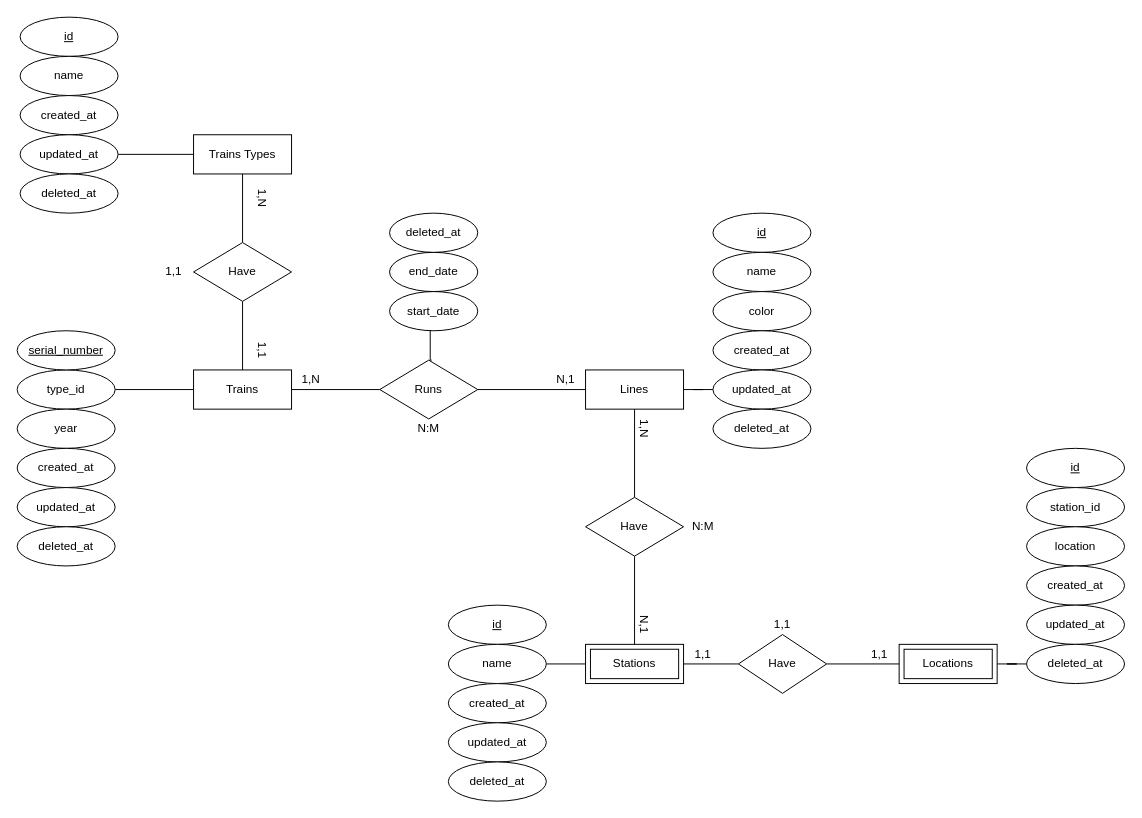
Earlier version of the draw.io diagram docs/draw-io/diagrama-conceptual.drawio (JuanGomez31/metro-mariadb). Source tidied: cells renumbered, new cells numbered last; positions are measured from the earlier drawing's top-left corner, leaving out a move shared by most shapes. Both pictures are drawn from the tidied source at 98%, with x=0, y=0 at pixel (17, 17).
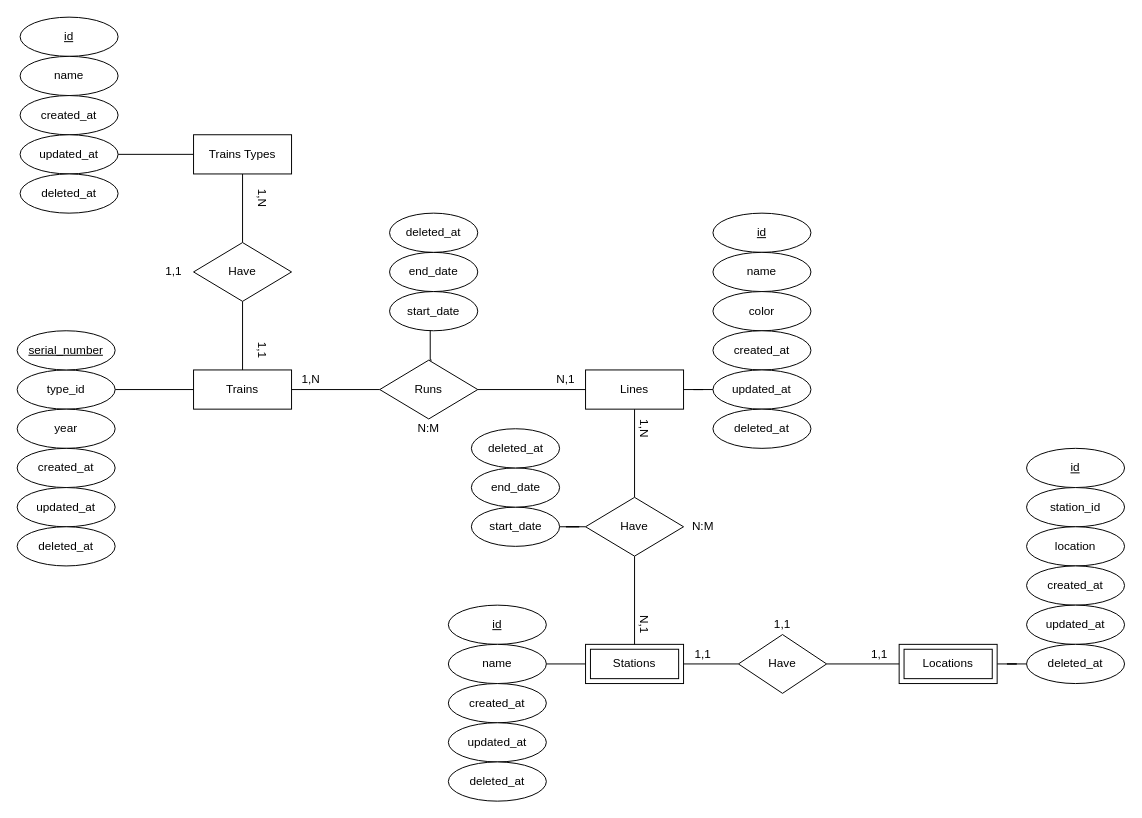
The same diagram, later.

Commit message (it also covers changes not shown here):
Añadido campos de la relación corregida anteriormente

The change refers to these unchanged cells:
```xml
<mxCell id="36" value="Have" style="shape=rhombus;perimeter=rhombusPerimeter;whiteSpace=wrap;html=1;align=center;" parent="1" vertex="1">
  <mxGeometry x="580" y="490" width="100" height="60" as="geometry" />
</mxCell>
```

What changed in the source:
```diff
@@
+    <mxCell id="68" style="edgeStyle=orthogonalEdgeStyle;rounded=0;jettySize=auto;html=1;entryX=1;entryY=0.5;entryDx=0;entryDy=0;endArrow=none;endFill=0;" parent="1" edge="1" source="36" target="69">
+      <mxGeometry relative="1" as="geometry" />
+    </mxCell>
@@
+    <mxCell id="69" value="start_date" style="ellipse;whiteSpace=wrap;html=1;align=center;" parent="1" vertex="1">
+      <mxGeometry x="463.5" y="500" width="90" height="40" as="geometry" />
+    </mxCell>
+    <mxCell id="70" value="end_date" style="ellipse;whiteSpace=wrap;html=1;align=center;" parent="1" vertex="1">
+      <mxGeometry x="463.5" y="460" width="90" height="40" as="geometry" />
+    </mxCell>
+    <mxCell id="71" value="deleted_at" style="ellipse;whiteSpace=wrap;html=1;align=center;" parent="1" vertex="1">
+      <mxGeometry x="463.5" y="420" width="90" height="40" as="geometry" />
+    </mxCell>
```
